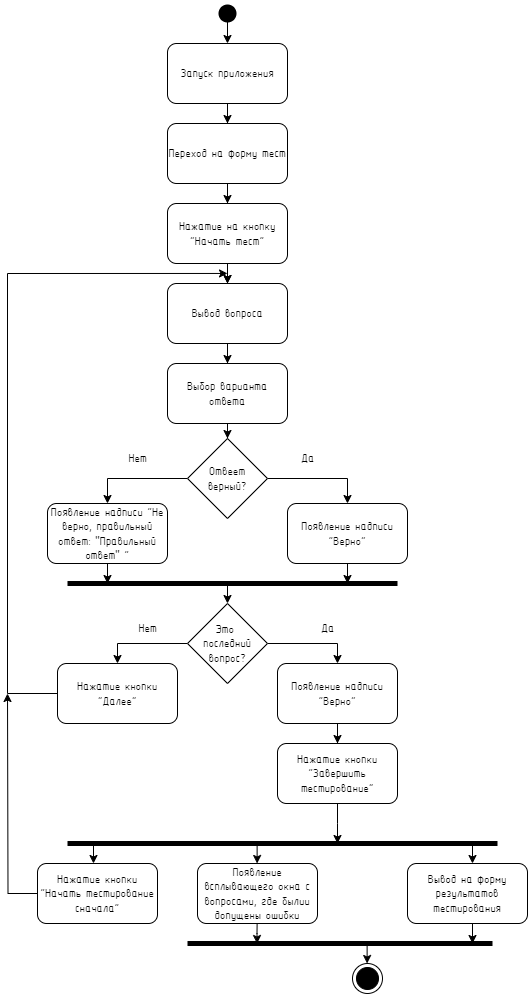
Before: ГЧ/Диаграмма деятельности.png, a diagram exported from draw.io (Angellina-Kot/First-aid). Source tidied: cells renumbered, new cells last; positions are measured from the earlier drawing's top-left corner, leaving out a move shared by most shapes.
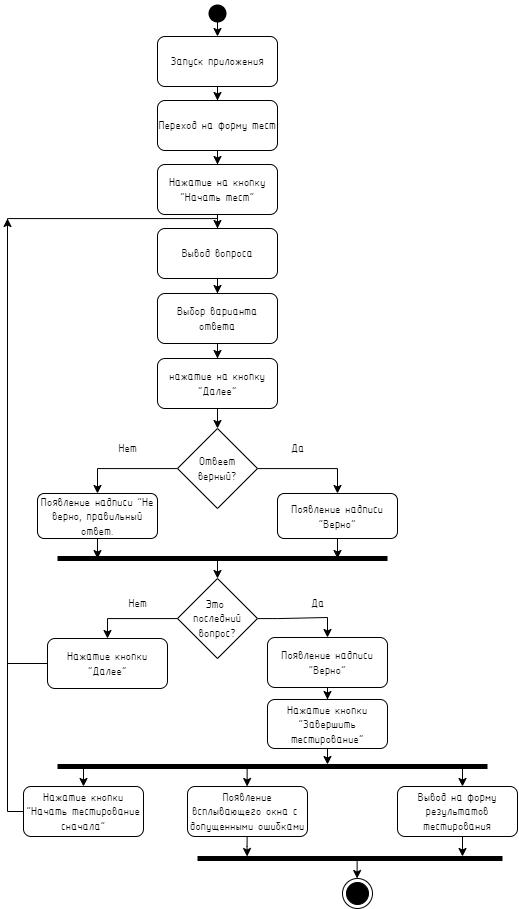
The same diagram one commit later.

What changed in the source:
```diff
@@ -6,10 +6,13 @@
       <mxGeometry relative="1" as="geometry" />
     </mxCell>
     <mxCell id="3" value="Запуск приложения" style="rounded=1;whiteSpace=wrap;html=1;fontFamily=Isocpeur;" parent="1" vertex="1">
-      <mxGeometry x="160" y="40" width="120" height="60" as="geometry" />
+      <mxGeometry x="580" y="88" width="120" height="50" as="geometry" />
     </mxCell>
+    <mxCell id="18" style="edgeStyle=orthogonalEdgeStyle;rounded=0;jettySize=auto;html=1;entryX=0.5;entryY=0;entryDx=0;entryDy=0;" parent="1" edge="1" source="4" target="7">
+      <mxGeometry relative="1" as="geometry" />
+    </mxCell>
     <mxCell id="4" value="Переход на форму тест" style="rounded=1;whiteSpace=wrap;html=1;fontFamily=Isocpeur;" parent="1" vertex="1">
-      <mxGeometry x="160" y="120" width="120" height="60" as="geometry" />
+      <mxGeometry x="580" y="152" width="120" height="50" as="geometry" />
     </mxCell>
     <mxCell id="5" style="edgeStyle=orthogonalEdgeStyle;rounded=0;jettySize=auto;html=1;entryX=0.5;entryY=0;entryDx=0;entryDy=0;" parent="1" edge="1" source="50" target="9">
       <mxGeometry relative="1" as="geometry" />
@@ -18,13 +21,21 @@
       <mxGeometry relative="1" as="geometry" />
     </mxCell>
     <mxCell id="7" value="Нажатие на кнопку &quot;Начать тест&quot;" style="rounded=1;whiteSpace=wrap;html=1;fontFamily=Isocpeur;" parent="1" vertex="1">
-      <mxGeometry x="160" y="200" width="120" height="60" as="geometry" />
+      <mxGeometry x="580" y="216" width="120" height="50" as="geometry" />
     </mxCell>
     <mxCell id="8" style="edgeStyle=orthogonalEdgeStyle;rounded=0;jettySize=auto;html=1;entryX=0.5;entryY=0;entryDx=0;entryDy=0;" parent="1" edge="1" source="9" target="12">
       <mxGeometry relative="1" as="geometry" />
     </mxCell>
+    <mxCell id="52" style="edgeStyle=orthogonalEdgeStyle;rounded=0;jettySize=auto;html=1;" parent="1" edge="1" source="9">
+      <mxGeometry relative="1" as="geometry">
+        <mxPoint x="640" y="410" as="targetPoint" />
+      </mxGeometry>
+    </mxCell>
+    <mxCell id="53" style="edgeStyle=orthogonalEdgeStyle;rounded=0;jettySize=auto;html=1;entryX=0.5;entryY=0;entryDx=0;entryDy=0;" parent="1" edge="1" source="9" target="55">
+      <mxGeometry relative="1" as="geometry" />
+    </mxCell>
     <mxCell id="9" value="Выбор варианта ответа" style="rounded=1;whiteSpace=wrap;html=1;fontFamily=Isocpeur;" parent="1" vertex="1">
-      <mxGeometry x="160" y="360" width="120" height="60" as="geometry" />
+      <mxGeometry x="580" y="345" width="120" height="50" as="geometry" />
     </mxCell>
     <mxCell id="10" style="edgeStyle=orthogonalEdgeStyle;rounded=0;jettySize=auto;html=1;entryX=0.5;entryY=0;entryDx=0;entryDy=0;" parent="1" edge="1" source="12" target="13">
       <mxGeometry relative="1" as="geometry" />
@@ -33,39 +44,36 @@
       <mxGeometry relative="1" as="geometry" />
     </mxCell>
     <mxCell id="12" value="Отвеет верный?" style="rhombus;whiteSpace=wrap;html=1;fontFamily=Isocpeur;" parent="1" vertex="1">
-      <mxGeometry x="180" y="435" width="80" height="80" as="geometry" />
+      <mxGeometry x="600" y="480" width="80" height="80" as="geometry" />
     </mxCell>
     <mxCell id="13" value="Появление надписи &quot;Верно&quot;" style="rounded=1;whiteSpace=wrap;html=1;fontFamily=Isocpeur;" parent="1" vertex="1">
-      <mxGeometry x="280" y="500" width="120" height="60" as="geometry" />
+      <mxGeometry x="700" y="545" width="120" height="45" as="geometry" />
     </mxCell>
     <mxCell id="14" style="edgeStyle=orthogonalEdgeStyle;rounded=0;jettySize=auto;html=1;" parent="1" edge="1" source="15">
       <mxGeometry relative="1" as="geometry">
-        <mxPoint x="100" y="580" as="targetPoint" />
+        <mxPoint x="520" y="610" as="targetPoint" />
       </mxGeometry>
     </mxCell>
-    <mxCell id="15" value="Появление надписи &quot;Не верно, правильный ответ:&amp;nbsp;&lt;font face=&quot;Helvetica&quot;&gt;&quot;&lt;/font&gt;Правильный ответ&lt;font face=&quot;Helvetica&quot;&gt;&quot;&lt;/font&gt; &quot;" style="rounded=1;whiteSpace=wrap;html=1;fontFamily=Isocpeur;" parent="1" vertex="1">
-      <mxGeometry x="40" y="500" width="120" height="60" as="geometry" />
+    <mxCell id="15" value="Появление надписи &quot;Не верно, правильный ответ." style="rounded=1;whiteSpace=wrap;html=1;fontFamily=Isocpeur;" parent="1" vertex="1">
+      <mxGeometry x="460" y="545" width="120" height="45" as="geometry" />
     </mxCell>
     <mxCell id="16" value="Да" style="text;html=1;align=center;verticalAlign=middle;strokeColor=none;fillColor=none;fontFamily=Isocpeur;" parent="1" vertex="1">
-      <mxGeometry x="280" y="440" width="40" height="30" as="geometry" />
+      <mxGeometry x="700" y="485" width="40" height="30" as="geometry" />
     </mxCell>
     <mxCell id="17" value="Нет" style="text;html=1;align=center;verticalAlign=middle;strokeColor=none;fillColor=none;fontFamily=Isocpeur;" parent="1" vertex="1">
-      <mxGeometry x="110" y="440" width="40" height="30" as="geometry" />
+      <mxGeometry x="530" y="485" width="40" height="30" as="geometry" />
     </mxCell>
-    <mxCell id="18" style="edgeStyle=orthogonalEdgeStyle;rounded=0;jettySize=auto;html=1;entryX=0.5;entryY=0;entryDx=0;entryDy=0;" parent="1" edge="1" source="4" target="7">
-      <mxGeometry relative="1" as="geometry" />
-    </mxCell>
     <mxCell id="19" style="endArrow=none;html=1;rounded=0;strokeWidth=5;" parent="1" edge="1">
       <mxGeometry relative="1" as="geometry">
-        <mxPoint x="390" y="580" as="sourcePoint" />
-        <mxPoint x="60" y="580" as="targetPoint" />
+        <mxPoint x="810" y="610" as="sourcePoint" />
+        <mxPoint x="480" y="610" as="targetPoint" />
       </mxGeometry>
     </mxCell>
     <mxCell id="20" style="edgeStyle=orthogonalEdgeStyle;rounded=0;jettySize=auto;html=1;entryX=0.5;entryY=0;entryDx=0;entryDy=0;" parent="1" edge="1" source="21" target="3">
       <mxGeometry relative="1" as="geometry" />
     </mxCell>
     <mxCell id="21" style="shape=waypoint;sketch=0;fillStyle=solid;size=6;points=[];fillColor=none;perimeter=centerPerimeter;snapToPoint=1;strokeWidth=7;" parent="1" vertex="1">
-      <mxGeometry x="210" width="20" height="20" as="geometry" />
+      <mxGeometry x="630" y="55" width="20" height="20" as="geometry" />
     </mxCell>
     <mxCell id="22" style="edgeStyle=orthogonalEdgeStyle;rounded=0;jettySize=auto;html=1;entryX=0.5;entryY=0;entryDx=0;entryDy=0;" parent="1" edge="1" source="24" target="27">
       <mxGeometry relative="1" as="geometry" />
@@ -74,114 +82,112 @@
       <mxGeometry relative="1" as="geometry" />
     </mxCell>
     <mxCell id="24" value="Это&amp;nbsp;&lt;div&gt;последний вопрос?&lt;/div&gt;" style="rhombus;whiteSpace=wrap;html=1;fontFamily=Isocpeur;" parent="1" vertex="1">
-      <mxGeometry x="180" y="600" width="80" height="80" as="geometry" />
+      <mxGeometry x="600" y="630" width="80" height="80" as="geometry" />
     </mxCell>
     <mxCell id="25" style="edgeStyle=orthogonalEdgeStyle;rounded=0;orthogonalLoop=1;jettySize=auto;html=1;" parent="1" edge="1">
       <mxGeometry relative="1" as="geometry">
-        <mxPoint x="220" y="580" as="sourcePoint" />
-        <mxPoint x="220" y="600" as="targetPoint" />
+        <mxPoint x="640" y="610" as="sourcePoint" />
+        <mxPoint x="640" y="630" as="targetPoint" />
       </mxGeometry>
     </mxCell>
-    <mxCell id="26" style="edgeStyle=orthogonalEdgeStyle;rounded=0;jettySize=auto;html=1;exitX=0;exitY=0.5;exitDx=0;exitDy=0;" parent="1" edge="1" source="27">
+    <mxCell id="26" style="edgeStyle=orthogonalEdgeStyle;rounded=0;jettySize=auto;html=1;exitX=0;exitY=0.5;exitDx=0;exitDy=0;endArrow=none;endFill=0;entryX=0.5;entryY=0;entryDx=0;entryDy=0;" parent="1" edge="1" source="27" target="50">
       <mxGeometry relative="1" as="geometry">
-        <mxPoint x="220" y="270" as="targetPoint" />
         <Array as="points">
-          <mxPoint y="690" />
-          <mxPoint y="270" />
+          <mxPoint x="430" y="715" />
+          <mxPoint x="430" y="270" />
+          <mxPoint x="640" y="270" />
         </Array>
       </mxGeometry>
     </mxCell>
     <mxCell id="27" value="Нажатие кнопки &quot;Далее&quot;" style="rounded=1;whiteSpace=wrap;html=1;fontFamily=Isocpeur;" parent="1" vertex="1">
-      <mxGeometry x="50" y="660" width="120" height="60" as="geometry" />
+      <mxGeometry x="470" y="690" width="120" height="50" as="geometry" />
     </mxCell>
     <mxCell id="28" style="edgeStyle=orthogonalEdgeStyle;rounded=0;jettySize=auto;html=1;entryX=0.5;entryY=0;entryDx=0;entryDy=0;" parent="1" edge="1" source="29" target="33">
       <mxGeometry relative="1" as="geometry" />
     </mxCell>
     <mxCell id="29" value="Появление надписи &quot;Верно&quot;" style="rounded=1;whiteSpace=wrap;html=1;fontFamily=Isocpeur;" parent="1" vertex="1">
-      <mxGeometry x="270" y="660" width="120" height="60" as="geometry" />
+      <mxGeometry x="690" y="689" width="120" height="50" as="geometry" />
     </mxCell>
     <mxCell id="30" value="Да" style="text;html=1;align=center;verticalAlign=middle;strokeColor=none;fillColor=none;fontFamily=Isocpeur;" parent="1" vertex="1">
-      <mxGeometry x="300" y="610" width="40" height="30" as="geometry" />
+      <mxGeometry x="720" y="640" width="40" height="30" as="geometry" />
     </mxCell>
     <mxCell id="31" value="Нет" style="text;html=1;align=center;verticalAlign=middle;strokeColor=none;fillColor=none;fontFamily=Isocpeur;" parent="1" vertex="1">
-      <mxGeometry x="120" y="610" width="40" height="30" as="geometry" />
+      <mxGeometry x="540" y="640" width="40" height="30" as="geometry" />
     </mxCell>
-    <mxCell id="32" style="edgeStyle=orthogonalEdgeStyle;rounded=0;jettySize=auto;html=1;" parent="1" edge="1" source="33">
-      <mxGeometry relative="1" as="geometry">
-        <mxPoint x="330" y="840" as="targetPoint" />
-      </mxGeometry>
-    </mxCell>
     <mxCell id="33" value="Нажатие кнопки &quot;Завершить тестирование&quot;" style="rounded=1;whiteSpace=wrap;html=1;fontFamily=Isocpeur;" parent="1" vertex="1">
-      <mxGeometry x="270" y="740" width="120" height="60" as="geometry" />
+      <mxGeometry x="690" y="751" width="120" height="49" as="geometry" />
     </mxCell>
-    <mxCell id="34" value="Появление всплывающего окна с вопросами, где былии допущены ошибки" style="rounded=1;whiteSpace=wrap;html=1;fontFamily=Isocpeur;" parent="1" vertex="1">
-      <mxGeometry x="190" y="860" width="120" height="60" as="geometry" />
+    <mxCell id="34" value="Появление всплывающего окна с&amp;nbsp; допущенными ошибками" style="rounded=1;whiteSpace=wrap;html=1;fontFamily=Isocpeur;" parent="1" vertex="1">
+      <mxGeometry x="610" y="838" width="120" height="50" as="geometry" />
     </mxCell>
     <mxCell id="35" value="Вывод на форму результатов тестирования" style="rounded=1;whiteSpace=wrap;html=1;fontFamily=Isocpeur;" parent="1" vertex="1">
-      <mxGeometry x="400" y="860" width="120" height="60" as="geometry" />
+      <mxGeometry x="820" y="838" width="120" height="50" as="geometry" />
     </mxCell>
     <mxCell id="36" style="endArrow=none;html=1;rounded=0;strokeWidth=5;" parent="1" edge="1">
       <mxGeometry relative="1" as="geometry">
-        <mxPoint x="490" y="840" as="sourcePoint" />
-        <mxPoint x="60" y="840" as="targetPoint" />
+        <mxPoint x="910" y="818" as="sourcePoint" />
+        <mxPoint x="480" y="818" as="targetPoint" />
       </mxGeometry>
     </mxCell>
     <mxCell id="37" style="edgeStyle=orthogonalEdgeStyle;rounded=0;orthogonalLoop=1;jettySize=auto;html=1;" parent="1" edge="1">
       <mxGeometry relative="1" as="geometry">
-        <mxPoint x="86" y="840" as="sourcePoint" />
-        <mxPoint x="86" y="860" as="targetPoint" />
+        <mxPoint x="506" y="818" as="sourcePoint" />
+        <mxPoint x="506" y="838" as="targetPoint" />
       </mxGeometry>
     </mxCell>
     <mxCell id="38" style="edgeStyle=orthogonalEdgeStyle;rounded=0;orthogonalLoop=1;jettySize=auto;html=1;" parent="1" edge="1">
       <mxGeometry relative="1" as="geometry">
-        <mxPoint x="465" y="840" as="sourcePoint" />
-        <mxPoint x="465" y="860" as="targetPoint" />
+        <mxPoint x="885" y="818" as="sourcePoint" />
+        <mxPoint x="885" y="838" as="targetPoint" />
       </mxGeometry>
     </mxCell>
     <mxCell id="39" style="endArrow=none;html=1;rounded=0;strokeWidth=5;" parent="1" edge="1">
       <mxGeometry relative="1" as="geometry">
-        <mxPoint x="485" y="940" as="sourcePoint" />
-        <mxPoint x="180" y="940" as="targetPoint" />
+        <mxPoint x="925" y="910" as="sourcePoint" />
+        <mxPoint x="620" y="910" as="targetPoint" />
       </mxGeometry>
     </mxCell>
     <mxCell id="40" style="edgeStyle=orthogonalEdgeStyle;rounded=0;orthogonalLoop=1;jettySize=auto;html=1;" parent="1" edge="1">
       <mxGeometry relative="1" as="geometry">
-        <mxPoint x="465" y="920" as="sourcePoint" />
-        <mxPoint x="465" y="940" as="targetPoint" />
+        <mxPoint x="885" y="888" as="sourcePoint" />
+        <mxPoint x="885" y="908" as="targetPoint" />
       </mxGeometry>
     </mxCell>
-    <mxCell id="41" style="edgeStyle=orthogonalEdgeStyle;rounded=0;jettySize=auto;html=1;exitX=0;exitY=0.5;exitDx=0;exitDy=0;" parent="1" edge="1" source="42">
-      <mxGeometry relative="1" as="geometry">
-        <mxPoint y="690" as="targetPoint" />
-      </mxGeometry>
-    </mxCell>
+    <mxCell id="54" style="edgeStyle=orthogonalEdgeStyle;rounded=0;jettySize=auto;html=1;" parent="1" edge="1" source="42">
+      <mxGeometry relative="1" as="geometry">
+        <mxPoint x="430" y="270" as="targetPoint" />
+        <Array as="points">
+          <mxPoint x="430" y="863" />
+        </Array>
+      </mxGeometry>
+    </mxCell>
     <mxCell id="42" value="Нажатие кнопки &quot;Начать тестирование сначала&quot;" style="rounded=1;whiteSpace=wrap;html=1;fontFamily=Isocpeur;" parent="1" vertex="1">
-      <mxGeometry x="30" y="860" width="120" height="60" as="geometry" />
+      <mxGeometry x="446" y="838" width="120" height="50" as="geometry" />
     </mxCell>
     <mxCell id="43" style="edgeStyle=orthogonalEdgeStyle;rounded=0;orthogonalLoop=1;jettySize=auto;html=1;" parent="1" edge="1">
       <mxGeometry relative="1" as="geometry">
-        <mxPoint x="249.6" y="840" as="sourcePoint" />
-        <mxPoint x="249.6" y="860" as="targetPoint" />
+        <mxPoint x="669.6" y="818" as="sourcePoint" />
+        <mxPoint x="669.6" y="838" as="targetPoint" />
       </mxGeometry>
     </mxCell>
     <mxCell id="44" style="edgeStyle=orthogonalEdgeStyle;rounded=0;orthogonalLoop=1;jettySize=auto;html=1;" parent="1" edge="1">
       <mxGeometry relative="1" as="geometry">
-        <mxPoint x="249.6" y="920" as="sourcePoint" />
-        <mxPoint x="249.6" y="940" as="targetPoint" />
+        <mxPoint x="669.6" y="888" as="sourcePoint" />
+        <mxPoint x="669.6" y="908" as="targetPoint" />
         <Array as="points">
-          <mxPoint x="249.6" y="930" />
-          <mxPoint x="249.6" y="930" />
+          <mxPoint x="669.6" y="898" />
+          <mxPoint x="669.6" y="898" />
         </Array>
       </mxGeometry>
     </mxCell>
     <mxCell id="45" style="edgeStyle=orthogonalEdgeStyle;rounded=0;orthogonalLoop=1;jettySize=auto;html=1;" parent="1" edge="1">
       <mxGeometry relative="1" as="geometry">
-        <mxPoint x="359.6" y="940" as="sourcePoint" />
-        <mxPoint x="359.6" y="960" as="targetPoint" />
+        <mxPoint x="779.6" y="910" as="sourcePoint" />
+        <mxPoint x="779.6" y="930" as="targetPoint" />
       </mxGeometry>
     </mxCell>
     <mxCell id="46" style="group;" parent="1" vertex="1">
-      <mxGeometry x="345" y="960" width="30" height="30" as="geometry" />
+      <mxGeometry x="765" y="930" width="30" height="30" as="geometry" />
     </mxCell>
     <mxCell id="47" style="ellipse;shape=doubleEllipse;whiteSpace=wrap;html=1;" parent="46" vertex="1">
       <mxGeometry width="30" height="30" as="geometry" />
@@ -189,17 +195,22 @@
     <mxCell id="48" style="shape=waypoint;sketch=0;fillStyle=solid;size=6;fillColor=none;perimeter=centerPerimeter;strokeWidth=9;" parent="46" vertex="1">
       <mxGeometry x="5" y="5" width="20" height="20" as="geometry" />
     </mxCell>
-    <mxCell id="49" style="edgeStyle=orthogonalEdgeStyle;rounded=0;jettySize=auto;html=1;entryX=0.5;entryY=0;entryDx=0;entryDy=0;" parent="1" edge="1" source="7" target="50">
-      <mxGeometry relative="1" as="geometry" />
-    </mxCell>
     <mxCell id="50" value="Вывод вопроса" style="rounded=1;whiteSpace=wrap;html=1;fontFamily=Isocpeur;" parent="1" vertex="1">
-      <mxGeometry x="160" y="280" width="120" height="60" as="geometry" />
+      <mxGeometry x="580" y="280" width="120" height="50" as="geometry" />
     </mxCell>
-    <mxCell id="51" style="edgeStyle=orthogonalEdgeStyle;rounded=0;orthogonalLoop=1;jettySize=auto;html=1;" parent="1" edge="1">
+    <mxCell id="51" style="edgeStyle=orthogonalEdgeStyle;rounded=0;jettySize=auto;html=1;exitX=0.5;exitY=1;exitDx=0;exitDy=0;" parent="1" edge="1" source="13">
       <mxGeometry relative="1" as="geometry">
-        <mxPoint x="340" y="560" as="sourcePoint" />
-        <mxPoint x="340" y="580" as="targetPoint" />
+        <mxPoint x="760" y="610" as="targetPoint" />
       </mxGeometry>
     </mxCell>
+    <mxCell id="55" value="нажатие на кнопку &quot;Далее&quot;" style="rounded=1;whiteSpace=wrap;html=1;fontFamily=Isocpeur;" parent="1" vertex="1">
+      <mxGeometry x="580" y="410" width="120" height="50" as="geometry" />
+    </mxCell>
+    <mxCell id="56" style="edgeStyle=orthogonalEdgeStyle;rounded=0;orthogonalLoop=1;jettySize=auto;html=1;entryX=0.5;entryY=0;entryDx=0;entryDy=0;" parent="1" edge="1">
+      <mxGeometry relative="1" as="geometry">
+        <mxPoint x="750" y="800" as="sourcePoint" />
+        <mxPoint x="750" y="816" as="targetPoint" />
+      </mxGeometry>
+    </mxCell>
   </root>
 </mxGraphModel>
```
